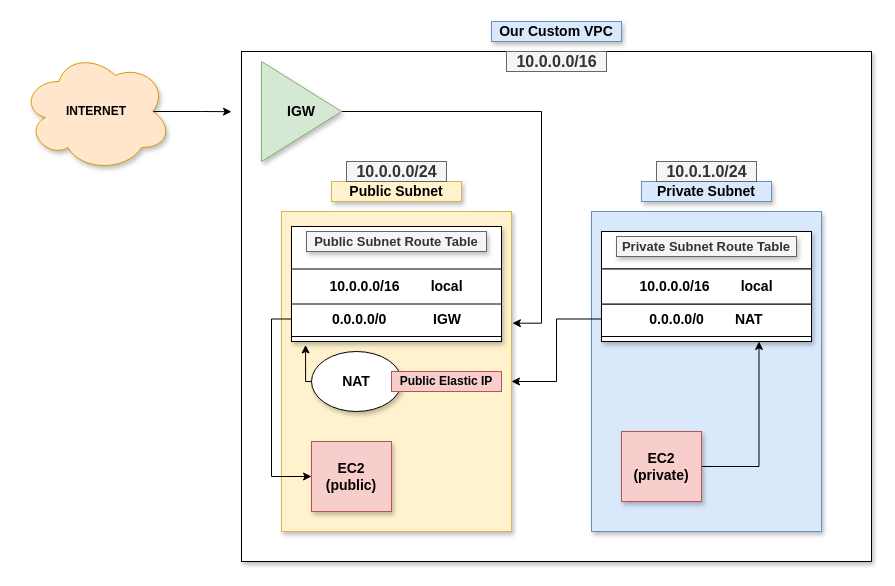
Above: CONCEPTS/VPC/vpc.drawio in karankumarshreds/AWS-Cloudformation (draw.io), before the change. Source tidied: cells renumbered, new cells numbered last; positions are measured from the earlier drawing's top-left corner, leaving out a move shared by most shapes. Both pictures are drawn from the tidied source at 100%, with x=0, y=0 at pixel (21, 21).
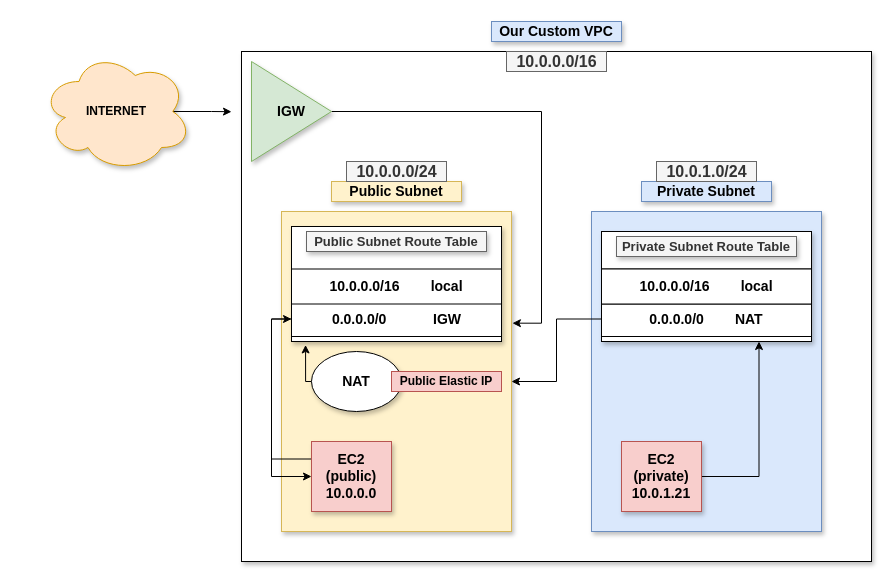
Above is the later version.

Unchanged cells that the change refers to:
```xml
<mxCell id="20" value="&lt;b&gt;&lt;font style=&quot;font-size: 14px&quot;&gt;&amp;nbsp; &amp;nbsp; &amp;nbsp; &amp;nbsp; &amp;nbsp; 0.0.0.0/0&amp;nbsp; &amp;nbsp; &amp;nbsp; &amp;nbsp; &amp;nbsp; &amp;nbsp; IGW&lt;/font&gt;&lt;/b&gt;" style="rounded=0;whiteSpace=wrap;html=1;shadow=0;align=left;" parent="1" vertex="1">
  <mxGeometry x="270" y="280" width="210" height="35" as="geometry" />
</mxCell>
```

Diff of the diagram source:
```diff
@@
     <mxCell id="4" value="&lt;b&gt;INTERNET&lt;/b&gt;" style="ellipse;shape=cloud;whiteSpace=wrap;html=1;shadow=1;fillColor=#ffe6cc;strokeColor=#d79b00;" parent="1" vertex="1">
-      <mxGeometry y="30" width="150" height="120" as="geometry" />
+      <mxGeometry x="20" y="30" width="150" height="120" as="geometry" />
     </mxCell>
@@
+    <mxCell id="32" style="edgeStyle=orthogonalEdgeStyle;rounded=0;jettySize=auto;html=1;exitX=0;exitY=0.25;exitDx=0;exitDy=0;entryX=0;entryY=0.5;entryDx=0;entryDy=0;" parent="1" edge="1" source="16" target="20">
+      <mxGeometry relative="1" as="geometry">
+        <Array as="points">
+          <mxPoint x="250" y="438" />
+          <mxPoint x="250" y="298" />
+        </Array>
+      </mxGeometry>
+    </mxCell>
-    <mxCell id="16" value="&lt;b&gt;&lt;font style=&quot;font-size: 14px&quot;&gt;EC2&lt;br&gt;(public)&lt;br&gt;&lt;/font&gt;&lt;/b&gt;" style="rounded=0;whiteSpace=wrap;html=1;shadow=1;fillColor=#f8cecc;strokeColor=#b85450;" parent="1" vertex="1">
+    <mxCell id="16" value="&lt;b&gt;&lt;font style=&quot;font-size: 14px&quot;&gt;EC2&lt;br&gt;(public)&lt;br&gt;10.0.0.0&lt;br&gt;&lt;/font&gt;&lt;/b&gt;" style="rounded=0;whiteSpace=wrap;html=1;shadow=1;fillColor=#f8cecc;strokeColor=#b85450;" parent="1" vertex="1">
       <mxGeometry x="290" y="420" width="80" height="70" as="geometry" />
     </mxCell>
@@
     <mxCell id="18" value="&lt;b&gt;&lt;font style=&quot;font-size: 14px&quot;&gt;IGW&lt;/font&gt;&lt;/b&gt;" style="triangle;whiteSpace=wrap;html=1;shadow=1;fillColor=#d5e8d4;strokeColor=#82b366;" parent="1" vertex="1">
-      <mxGeometry x="240" y="40" width="80" height="100" as="geometry" />
+      <mxGeometry x="230" y="40" width="80" height="100" as="geometry" />
     </mxCell>
@@
-    <mxCell id="28" value="&lt;b&gt;&lt;font style=&quot;font-size: 14px&quot;&gt;EC2&lt;br&gt;(private)&lt;br&gt;&lt;/font&gt;&lt;/b&gt;" style="rounded=0;whiteSpace=wrap;html=1;shadow=1;fillColor=#f8cecc;strokeColor=#b85450;" parent="1" vertex="1">
-      <mxGeometry x="600" y="410" width="80" height="70" as="geometry" />
+    <mxCell id="28" value="&lt;b&gt;&lt;font style=&quot;font-size: 14px&quot;&gt;EC2&lt;br&gt;(private)&lt;br&gt;10.0.1.21&lt;br&gt;&lt;/font&gt;&lt;/b&gt;" style="rounded=0;whiteSpace=wrap;html=1;shadow=1;fillColor=#f8cecc;strokeColor=#b85450;" parent="1" vertex="1">
+      <mxGeometry x="600" y="420" width="80" height="70" as="geometry" />
     </mxCell>
```
